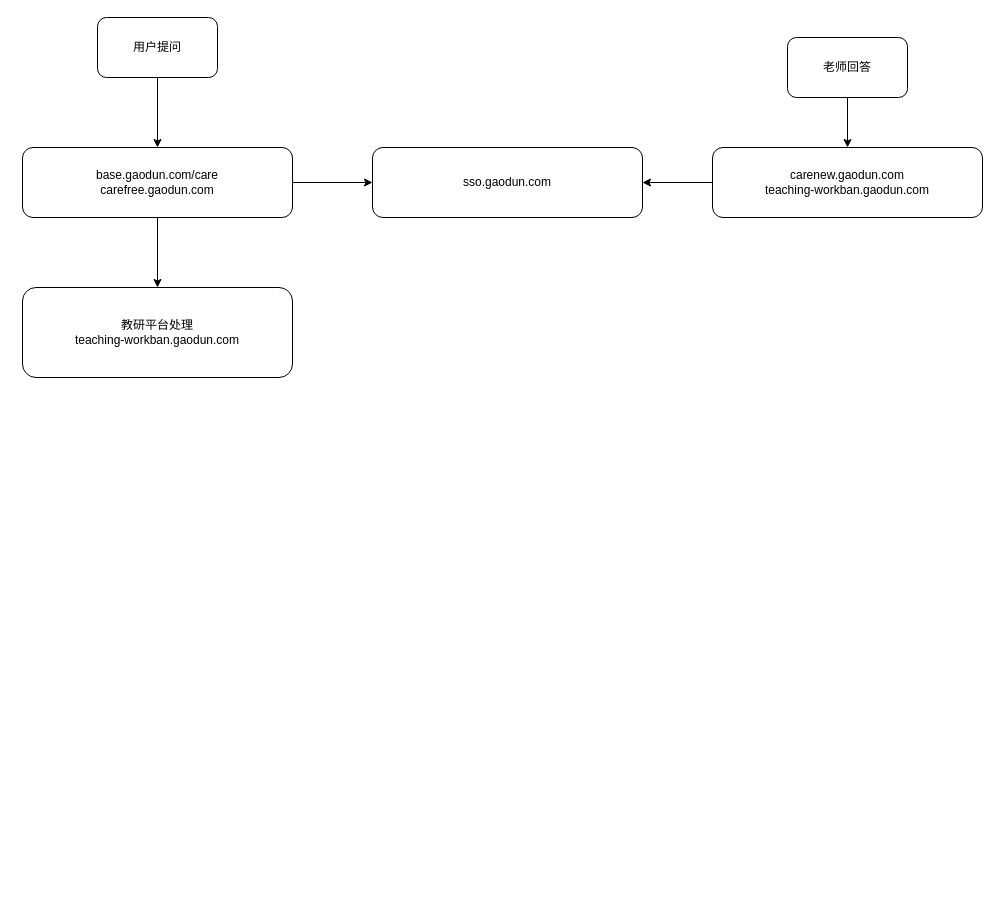
This is 教研.drawio from lxp521125/pic, a draw.io file, before an edit. Source tidied: cells renumbered, new cells numbered last; positions are measured from the earlier drawing's top-left corner, leaving out a move shared by most shapes. Both pictures are drawn from the tidied source at 100%, with x=0, y=0 at pixel (22, 17).
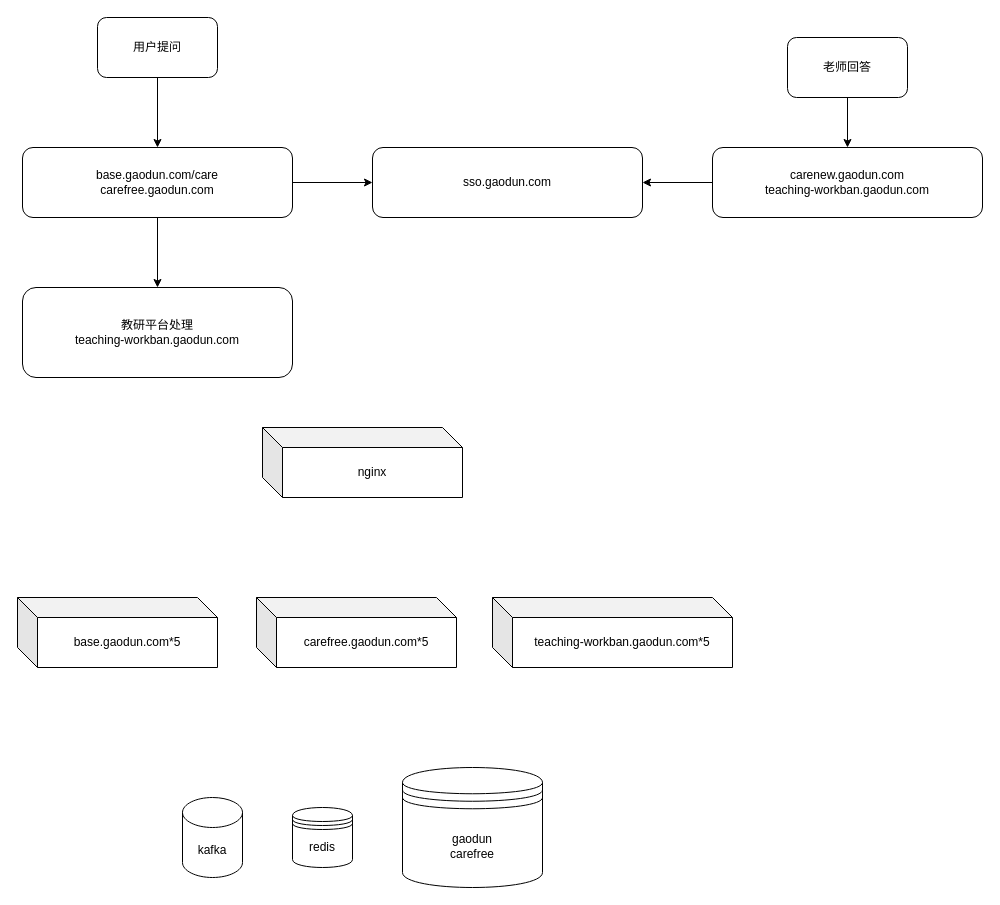
Above is the later version.

The edit, as a diff of the source:
```diff
@@
 <mxGraphModel>
   <root>
     <mxCell id="0" />
     <mxCell id="1" parent="0" />
     <mxCell id="2" style="edgeStyle=orthogonalEdgeStyle;rounded=0;jettySize=auto;html=1;" parent="1" edge="1" source="3" target="6">
       <mxGeometry relative="1" as="geometry" />
     </mxCell>
     <mxCell id="3" value="用户提问" style="rounded=1;whiteSpace=wrap;html=1;" parent="1" vertex="1">
       <mxGeometry x="75" width="120" height="60" as="geometry" />
     </mxCell>
     <mxCell id="4" style="edgeStyle=orthogonalEdgeStyle;rounded=0;jettySize=auto;html=1;" parent="1" edge="1" source="6" target="7">
       <mxGeometry relative="1" as="geometry" />
     </mxCell>
     <mxCell id="5" style="edgeStyle=orthogonalEdgeStyle;rounded=0;jettySize=auto;html=1;" parent="1" edge="1" source="6" target="12">
       <mxGeometry relative="1" as="geometry" />
     </mxCell>
     <mxCell id="6" value="base.gaodun.com/care&lt;br&gt;carefree.gaodun.com" style="rounded=1;whiteSpace=wrap;html=1;" parent="1" vertex="1">
       <mxGeometry y="130" width="270" height="70" as="geometry" />
     </mxCell>
     <mxCell id="7" value="教研平台处理&lt;br&gt;teaching-workban.gaodun.com" style="rounded=1;whiteSpace=wrap;html=1;" parent="1" vertex="1">
       <mxGeometry y="270" width="270" height="90" as="geometry" />
     </mxCell>
     <mxCell id="8" style="edgeStyle=orthogonalEdgeStyle;rounded=0;jettySize=auto;html=1;" parent="1" edge="1" source="9" target="11">
       <mxGeometry relative="1" as="geometry" />
     </mxCell>
     <mxCell id="9" value="老师回答" style="rounded=1;whiteSpace=wrap;html=1;" parent="1" vertex="1">
       <mxGeometry x="765" y="20" width="120" height="60" as="geometry" />
     </mxCell>
     <mxCell id="10" style="edgeStyle=orthogonalEdgeStyle;rounded=0;jettySize=auto;html=1;entryX=1;entryY=0.5;entryDx=0;entryDy=0;" parent="1" edge="1" source="11" target="12">
       <mxGeometry relative="1" as="geometry" />
     </mxCell>
     <mxCell id="11" value="carenew.gaodun.com&lt;br&gt;teaching-workban.gaodun.com" style="rounded=1;whiteSpace=wrap;html=1;" parent="1" vertex="1">
       <mxGeometry x="690" y="130" width="270" height="70" as="geometry" />
     </mxCell>
     <mxCell id="12" value="sso.gaodun.com" style="rounded=1;whiteSpace=wrap;html=1;" parent="1" vertex="1">
       <mxGeometry x="350" y="130" width="270" height="70" as="geometry" />
     </mxCell>
+    <mxCell id="13" value="gaodun&lt;br&gt;carefree" style="shape=datastore;whiteSpace=wrap;html=1;" parent="1" vertex="1">
+      <mxGeometry x="380" y="750" width="140" height="120" as="geometry" />
+    </mxCell>
+    <mxCell id="14" value="redis" style="shape=datastore;whiteSpace=wrap;html=1;" parent="1" vertex="1">
+      <mxGeometry x="270" y="790" width="60" height="60" as="geometry" />
+    </mxCell>
+    <mxCell id="15" value="kafka" style="shape=cylinder3;whiteSpace=wrap;html=1;boundedLbl=1;backgroundOutline=1;size=15;" parent="1" vertex="1">
+      <mxGeometry x="160" y="780" width="60" height="80" as="geometry" />
+    </mxCell>
+    <mxCell id="16" value="base.gaodun.com*5" style="shape=cube;whiteSpace=wrap;html=1;boundedLbl=1;backgroundOutline=1;darkOpacity=0.05;darkOpacity2=0.1;" parent="1" vertex="1">
+      <mxGeometry x="-5" y="580" width="200" height="70" as="geometry" />
+    </mxCell>
+    <mxCell id="17" value="nginx" style="shape=cube;whiteSpace=wrap;html=1;boundedLbl=1;backgroundOutline=1;darkOpacity=0.05;darkOpacity2=0.1;" parent="1" vertex="1">
+      <mxGeometry x="240" y="410" width="200" height="70" as="geometry" />
+    </mxCell>
+    <mxCell id="18" value="carefree.gaodun.com*5" style="shape=cube;whiteSpace=wrap;html=1;boundedLbl=1;backgroundOutline=1;darkOpacity=0.05;darkOpacity2=0.1;" parent="1" vertex="1">
+      <mxGeometry x="234" y="580" width="200" height="70" as="geometry" />
+    </mxCell>
+    <mxCell id="19" value="teaching-workban.gaodun.com*5" style="shape=cube;whiteSpace=wrap;html=1;boundedLbl=1;backgroundOutline=1;darkOpacity=0.05;darkOpacity2=0.1;" parent="1" vertex="1">
+      <mxGeometry x="470" y="580" width="240" height="70" as="geometry" />
+    </mxCell>
   </root>
 </mxGraphModel>
```
